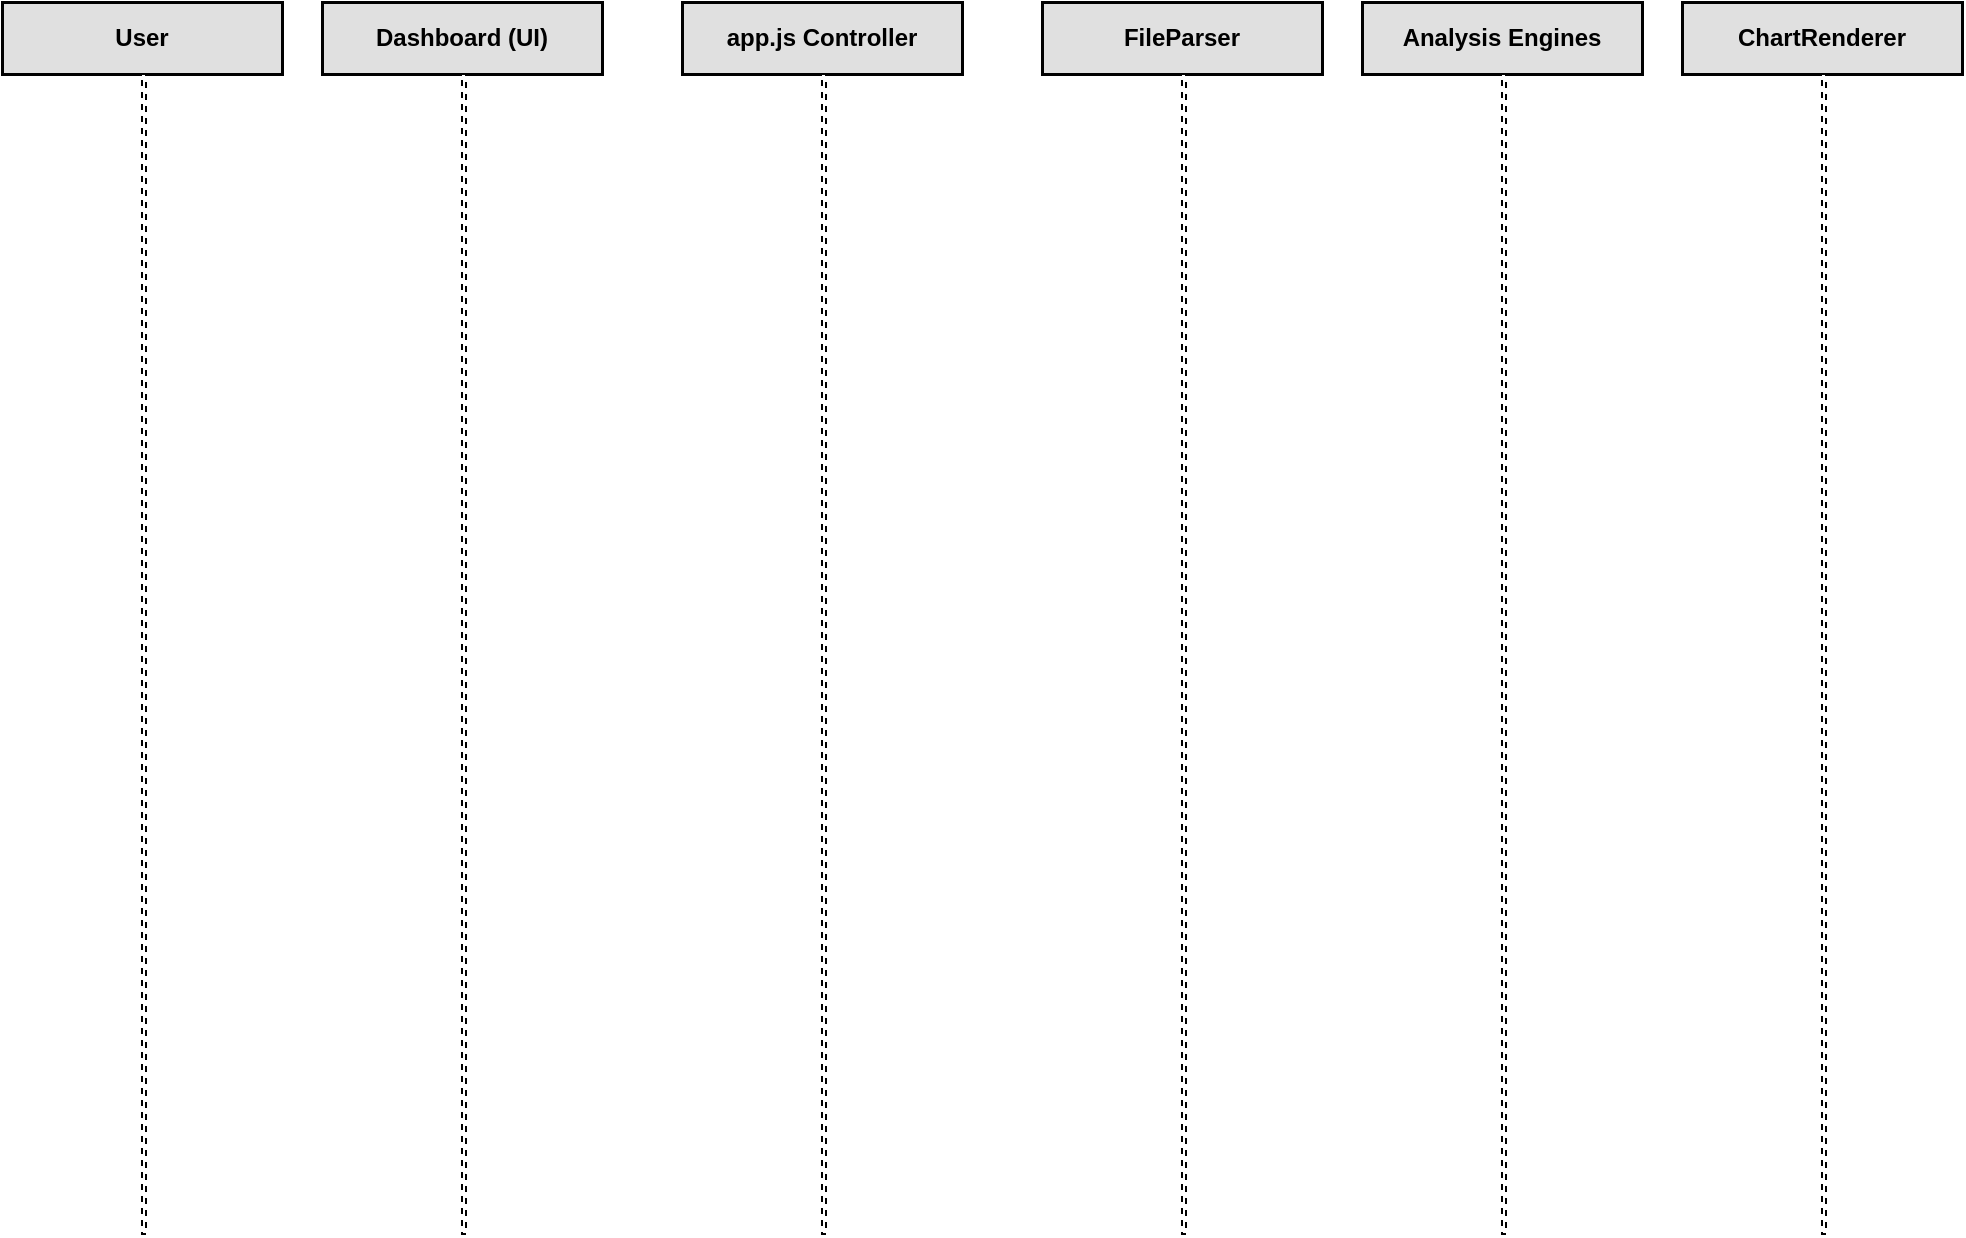
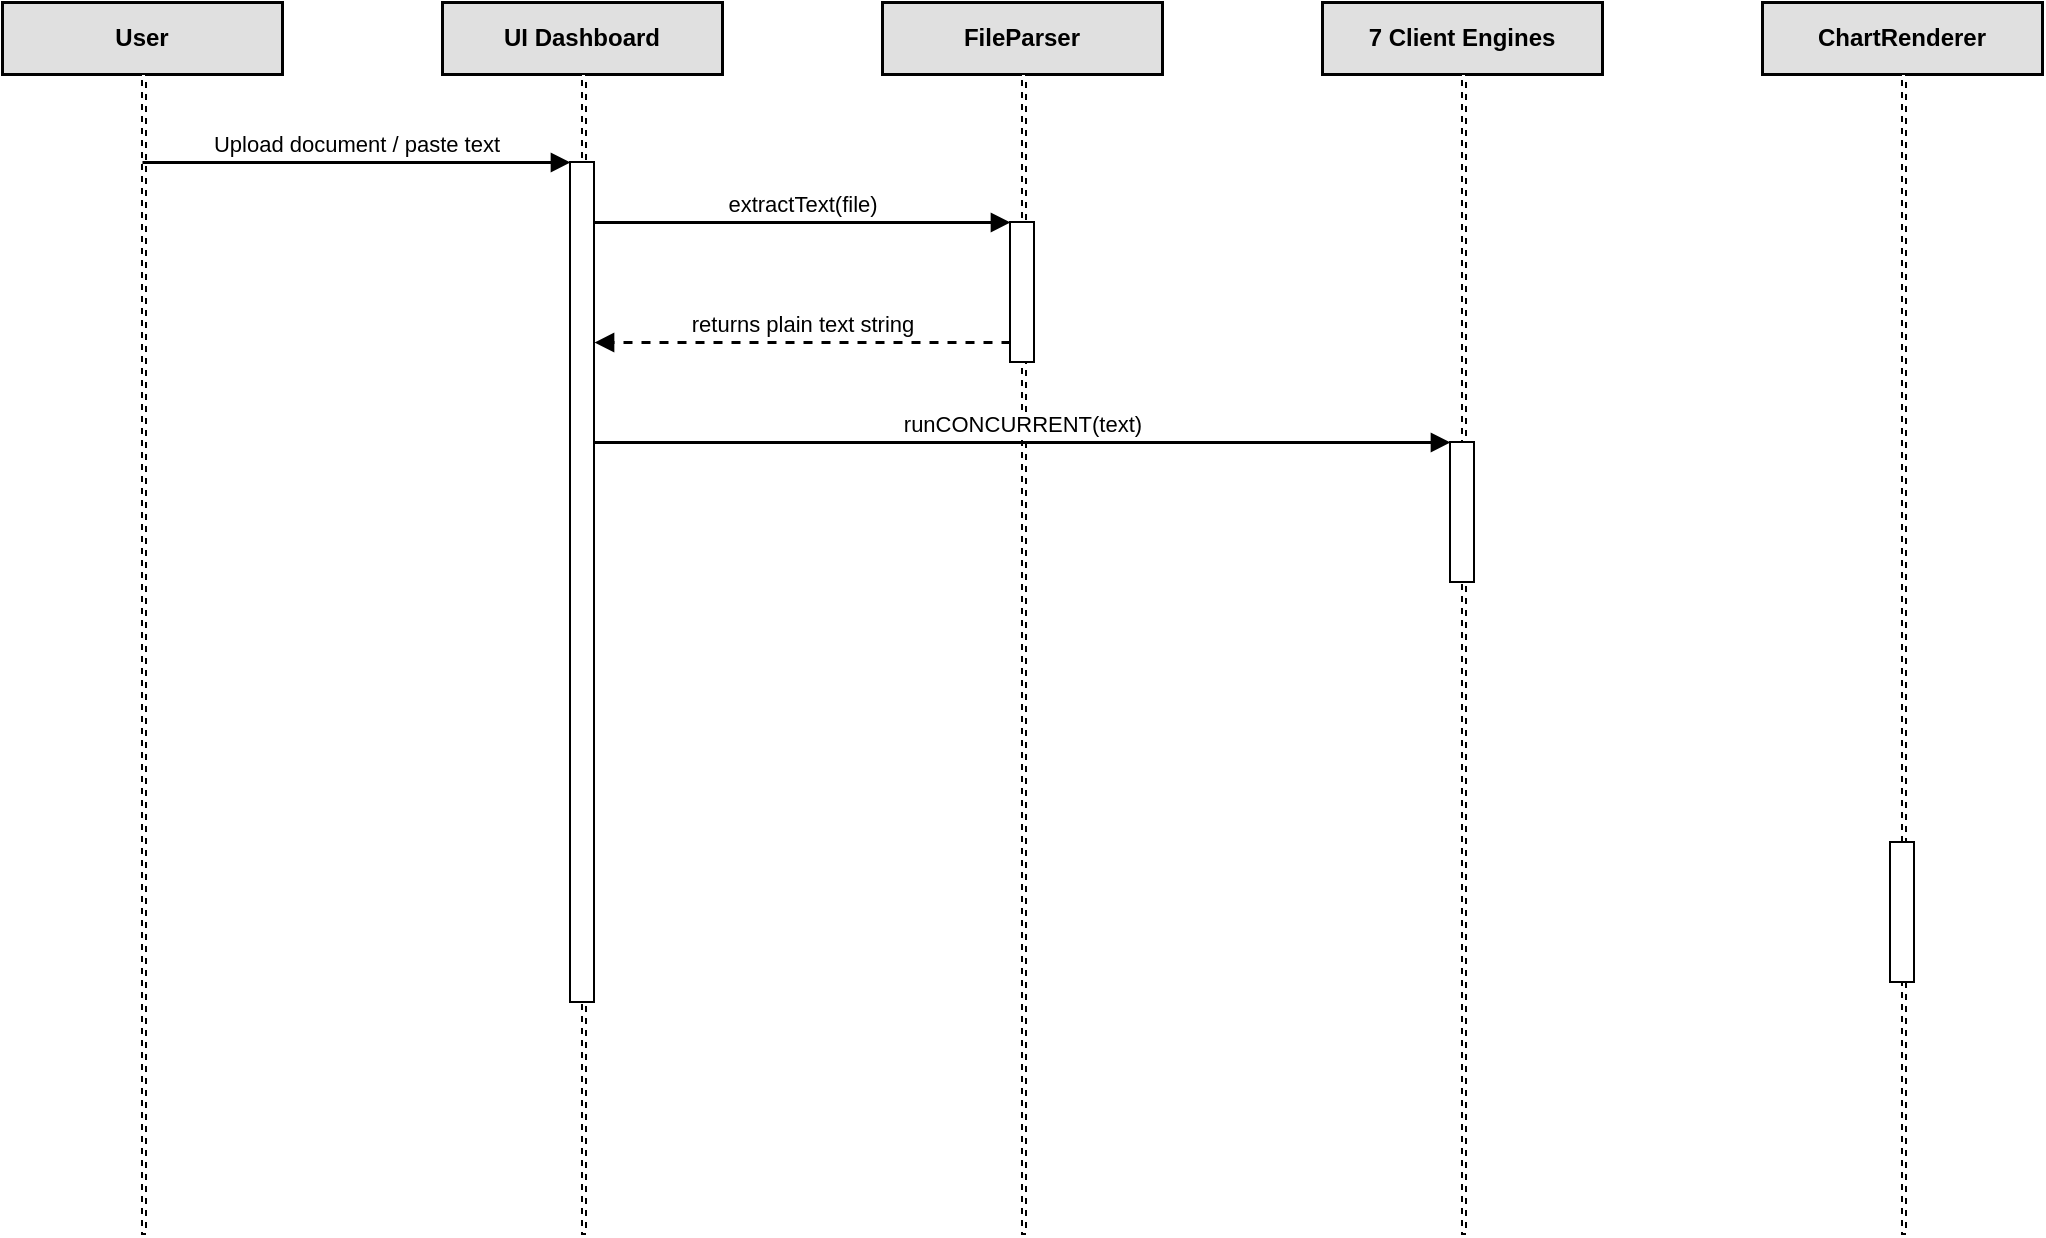
<mxfile host="Electron" modified="2026-07-21" agent="Antigravity" version="21.0.0" type="device">
  <diagram id="diag" name="Sequence Diagram">
    <mxGraphModel dx="1200" dy="900" grid="0" gridSize="10" guides="1" tooltips="1" connect="1" arrows="1" fold="1" page="1" pageScale="1" pageWidth="1100" pageHeight="680" math="0" shadow="0">
      <root>
        <mxCell id="0" />
        <mxCell id="1" parent="0" />
<mxCell id="sq_user" value="User" style="rounded=0;whiteSpace=wrap;html=1;fillColor=#e0e0e0;strokeColor=#000000;fontColor=#000000;strokeWidth=1.5;fontStyle=1;" vertex="1" parent="1" >
  <mxGeometry x="80" y="20" width="140" height="36" as="geometry" />
</mxCell>
<mxCell id="sq_user_line" value="" style="endArrow=none;html=1;dashed=1;strokeColor=#000000;strokeWidth=1;" vertex="1" parent="1" >
  <mxGeometry x="150" y="56" width="2" height="580" as="geometry" />
</mxCell>
- <mxCell id="sq_ui" value="Dashboard (UI)" style="rounded=0;whiteSpace=wrap;html=1;fillColor=#e0e0e0;strokeColor=#000000;fontColor=#000000;strokeWidth=1.5;fontStyle=1;" vertex="1" parent="1" >
-   <mxGeometry x="240" y="20" width="140" height="36" as="geometry" />
+ <mxCell id="sq_ui" value="UI Dashboard" style="rounded=0;whiteSpace=wrap;html=1;fillColor=#e0e0e0;strokeColor=#000000;fontColor=#000000;strokeWidth=1.5;fontStyle=1;" vertex="1" parent="1" >
+   <mxGeometry x="300" y="20" width="140" height="36" as="geometry" />
</mxCell>
<mxCell id="sq_ui_line" value="" style="endArrow=none;html=1;dashed=1;strokeColor=#000000;strokeWidth=1;" vertex="1" parent="1" >
-   <mxGeometry x="310" y="56" width="2" height="580" as="geometry" />
- </mxCell>
- <mxCell id="sq_ctrl" value="app.js Controller" style="rounded=0;whiteSpace=wrap;html=1;fillColor=#e0e0e0;strokeColor=#000000;fontColor=#000000;strokeWidth=1.5;fontStyle=1;" vertex="1" parent="1" >
-   <mxGeometry x="420" y="20" width="140" height="36" as="geometry" />
- </mxCell>
- <mxCell id="sq_ctrl_line" value="" style="endArrow=none;html=1;dashed=1;strokeColor=#000000;strokeWidth=1;" vertex="1" parent="1" >
-   <mxGeometry x="490" y="56" width="2" height="580" as="geometry" />
+   <mxGeometry x="370" y="56" width="2" height="580" as="geometry" />
</mxCell>
<mxCell id="sq_parser" value="FileParser" style="rounded=0;whiteSpace=wrap;html=1;fillColor=#e0e0e0;strokeColor=#000000;fontColor=#000000;strokeWidth=1.5;fontStyle=1;" vertex="1" parent="1" >
-   <mxGeometry x="600" y="20" width="140" height="36" as="geometry" />
+   <mxGeometry x="520" y="20" width="140" height="36" as="geometry" />
</mxCell>
<mxCell id="sq_parser_line" value="" style="endArrow=none;html=1;dashed=1;strokeColor=#000000;strokeWidth=1;" vertex="1" parent="1" >
-   <mxGeometry x="670" y="56" width="2" height="580" as="geometry" />
+   <mxGeometry x="590" y="56" width="2" height="580" as="geometry" />
</mxCell>
- <mxCell id="sq_engines" value="Analysis Engines" style="rounded=0;whiteSpace=wrap;html=1;fillColor=#e0e0e0;strokeColor=#000000;fontColor=#000000;strokeWidth=1.5;fontStyle=1;" vertex="1" parent="1" >
-   <mxGeometry x="760" y="20" width="140" height="36" as="geometry" />
+ <mxCell id="sq_engines" value="7 Client Engines" style="rounded=0;whiteSpace=wrap;html=1;fillColor=#e0e0e0;strokeColor=#000000;fontColor=#000000;strokeWidth=1.5;fontStyle=1;" vertex="1" parent="1" >
+   <mxGeometry x="740" y="20" width="140" height="36" as="geometry" />
</mxCell>
<mxCell id="sq_engines_line" value="" style="endArrow=none;html=1;dashed=1;strokeColor=#000000;strokeWidth=1;" vertex="1" parent="1" >
-   <mxGeometry x="830" y="56" width="2" height="580" as="geometry" />
+   <mxGeometry x="810" y="56" width="2" height="580" as="geometry" />
</mxCell>
<mxCell id="sq_chart" value="ChartRenderer" style="rounded=0;whiteSpace=wrap;html=1;fillColor=#e0e0e0;strokeColor=#000000;fontColor=#000000;strokeWidth=1.5;fontStyle=1;" vertex="1" parent="1" >
-   <mxGeometry x="920" y="20" width="140" height="36" as="geometry" />
+   <mxGeometry x="960" y="20" width="140" height="36" as="geometry" />
</mxCell>
<mxCell id="sq_chart_line" value="" style="endArrow=none;html=1;dashed=1;strokeColor=#000000;strokeWidth=1;" vertex="1" parent="1" >
-   <mxGeometry x="990" y="56" width="2" height="580" as="geometry" />
+   <mxGeometry x="1030" y="56" width="2" height="580" as="geometry" />
</mxCell>
- <mxCell id="m1" value="Paste text / Drop file" style="endArrow=block;endFill=1;html=1;strokeColor=#000000;strokeWidth=1.5;align=center;verticalAlign=bottom;" edge="1" parent="1"><mxGeometry x="150" y="96" width="160" height="1" relative="0" as="geometry"><Array as="points"/></mxGeometry></mxCell>
- <mxCell id="m2" value="onInput(text)" style="endArrow=block;endFill=1;html=1;strokeColor=#000000;strokeWidth=1.5;align=center;verticalAlign=bottom;" edge="1" parent="1"><mxGeometry x="310" y="136" width="180" height="1" relative="0" as="geometry"><Array as="points"/></mxGeometry></mxCell>
- <mxCell id="m3" value="parse(file)" style="endArrow=block;endFill=1;html=1;strokeColor=#000000;strokeWidth=1.5;align=center;verticalAlign=bottom;" edge="1" parent="1"><mxGeometry x="490" y="176" width="180" height="1" relative="0" as="geometry"><Array as="points"/></mxGeometry></mxCell>
- <mxCell id="m4" value="return plainText" style="endArrow=block;endFill=1;html=1;strokeColor=#000000;strokeWidth=1.5;align=center;verticalAlign=bottom;" edge="1" parent="1"><mxGeometry x="670" y="216" width="180" height="1" relative="0" as="geometry"><Array as="points"/></mxGeometry></mxCell>
- <mxCell id="m5" value="analyze(text) — 6 engines" style="endArrow=block;endFill=1;html=1;strokeColor=#000000;strokeWidth=1.5;align=center;verticalAlign=bottom;" edge="1" parent="1"><mxGeometry x="490" y="256" width="340" height="1" relative="0" as="geometry"><Array as="points"/></mxGeometry></mxCell>
- <mxCell id="m6" value="return scores[]" style="endArrow=block;endFill=1;html=1;strokeColor=#000000;strokeWidth=1.5;align=center;verticalAlign=bottom;" edge="1" parent="1"><mxGeometry x="830" y="316" width="340" height="1" relative="0" as="geometry"><Array as="points"/></mxGeometry></mxCell>
- <mxCell id="m7" value="computeEnsemble()" style="endArrow=block;endFill=1;html=1;strokeColor=#000000;strokeWidth=1.5;align=center;verticalAlign=bottom;" edge="1" parent="1"><mxGeometry x="490" y="356" width="0" height="1" relative="0" as="geometry"><Array as="points"/></mxGeometry></mxCell>
- <mxCell id="m8" value="render(scores)" style="endArrow=block;endFill=1;html=1;strokeColor=#000000;strokeWidth=1.5;align=center;verticalAlign=bottom;" edge="1" parent="1"><mxGeometry x="490" y="396" width="500" height="1" relative="0" as="geometry"><Array as="points"/></mxGeometry></mxCell>
- <mxCell id="m9" value="update DOM charts" style="endArrow=block;endFill=1;html=1;strokeColor=#000000;strokeWidth=1.5;align=center;verticalAlign=bottom;" edge="1" parent="1"><mxGeometry x="990" y="436" width="680" height="1" relative="0" as="geometry"><Array as="points"/></mxGeometry></mxCell>
- <mxCell id="m10" value="Display dashboard" style="endArrow=block;endFill=1;html=1;strokeColor=#000000;strokeWidth=1.5;align=center;verticalAlign=bottom;" edge="1" parent="1"><mxGeometry x="310" y="476" width="160" height="1" relative="0" as="geometry"><Array as="points"/></mxGeometry></mxCell>
+ <mxCell id="act_ui" value="" style="rounded=0;whiteSpace=wrap;html=1;fillColor=#ffffff;strokeColor=#000000;strokeWidth=1;" vertex="1" parent="1" >
+   <mxGeometry x="364" y="100" width="12" height="420" as="geometry" />
+ </mxCell>
+ <mxCell id="act_parser" value="" style="rounded=0;whiteSpace=wrap;html=1;fillColor=#ffffff;strokeColor=#000000;strokeWidth=1;" vertex="1" parent="1" >
+   <mxGeometry x="584" y="130" width="12" height="70" as="geometry" />
+ </mxCell>
+ <mxCell id="act_engines" value="" style="rounded=0;whiteSpace=wrap;html=1;fillColor=#ffffff;strokeColor=#000000;strokeWidth=1;" vertex="1" parent="1" >
+   <mxGeometry x="804" y="240" width="12" height="70" as="geometry" />
+ </mxCell>
+ <mxCell id="act_chart" value="" style="rounded=0;whiteSpace=wrap;html=1;fillColor=#ffffff;strokeColor=#000000;strokeWidth=1;" vertex="1" parent="1" >
+   <mxGeometry x="1024" y="440" width="12" height="70" as="geometry" />
+ </mxCell>
+ <mxCell id="m1" value="Upload document / paste text" style="endArrow=block;endFill=1;html=1;strokeColor=#000000;strokeWidth=1.5;align=center;verticalAlign=bottom;" edge="1" parent="1">
+   <mxGeometry x="150" y="100" width="214" height="1" relative="0" as="geometry">
+     <mxPoint x="150" y="100" as="sourcePoint"/>
+     <mxPoint x="364" y="100" as="targetPoint"/>
+   </mxGeometry>
+ </mxCell>
+ <mxCell id="m2" value="extractText(file)" style="endArrow=block;endFill=1;html=1;strokeColor=#000000;strokeWidth=1.5;align=center;verticalAlign=bottom;" edge="1" parent="1">
+   <mxGeometry x="376" y="130" width="208" height="1" relative="0" as="geometry">
+     <mxPoint x="376" y="130" as="sourcePoint"/>
+     <mxPoint x="584" y="130" as="targetPoint"/>
+   </mxGeometry>
+ </mxCell>
+ <mxCell id="m3" value="returns plain text string" style="endArrow=block;endFill=1;html=1;strokeColor=#000000;strokeWidth=1.5;align=center;verticalAlign=bottom;dashed=1;" edge="1" parent="1">
+   <mxGeometry x="584" y="190" width="208" height="1" relative="0" as="geometry">
+     <mxPoint x="584" y="190" as="sourcePoint"/>
+     <mxPoint x="376" y="190" as="targetPoint"/>
+   </mxGeometry>
+ </mxCell>
+ <mxCell id="m4" value="runCONCURRENT(text)" style="endArrow=block;endFill=1;html=1;strokeColor=#000000;strokeWidth=1.5;align=center;verticalAlign=bottom;" edge="1" parent="1">
+   <mxGeometry x="376" y="240" width="428" height="1" relative="0" as="geometry">
+     <mxPoint x="376" y="240" as="sourcePoint"/>
+     <mxPoint x="804" y="240" as="targetPoint"/>
+   </mxGeometry>
+ </mxCell>
+ <mxCell id="m5" value="returns 6 scores & grammar rules" style="endArrow=block;endFill=1;html=1;strokeColor=#000000;strokeWidth=1.5;align=center;verticalAlign=bottom;dashed=1;" edge="1" parent="1">
+   <mxGeometry x="804" y="300" width="428" height="1" relative="0" as="geometry">
+     <mxPoint x="804" y="300" as="sourcePoint"/>
+     <mxPoint x="376" y="300" as="targetPoint"/>
+   </mxGeometry>
+ </mxCell>
+ <mxCell id="m6" value="calculateCalibratedEnsemble()" style="edgeStyle=orthogonalEdgeStyle;html=1;align=left;spacingLeft=10;strokeColor=#000000;strokeWidth=1.5;" edge="1" parent="1" source="act_ui" target="act_ui">
+   <mxGeometry x="0.1" relative="1" as="geometry">
+     <Array as="points">
+       <mxPoint x="416" y="360"/>
+       <mxPoint x="416" y="390"/>
+     </Array>
+   </mxGeometry>
+ </mxCell>
+ <mxCell id="m7" value="renderGauge & renderScatter" style="endArrow=block;endFill=1;html=1;strokeColor=#000000;strokeWidth=1.5;align=center;verticalAlign=bottom;" edge="1" parent="1">
+   <mxGeometry x="376" y="440" width="648" height="1" relative="0" as="geometry">
+     <mxPoint x="376" y="440" as="sourcePoint"/>
+     <mxPoint x="1024" y="440" as="targetPoint"/>
+   </mxGeometry>
+ </mxCell>

      </root>
    </mxGraphModel>
  </diagram>
</mxfile>